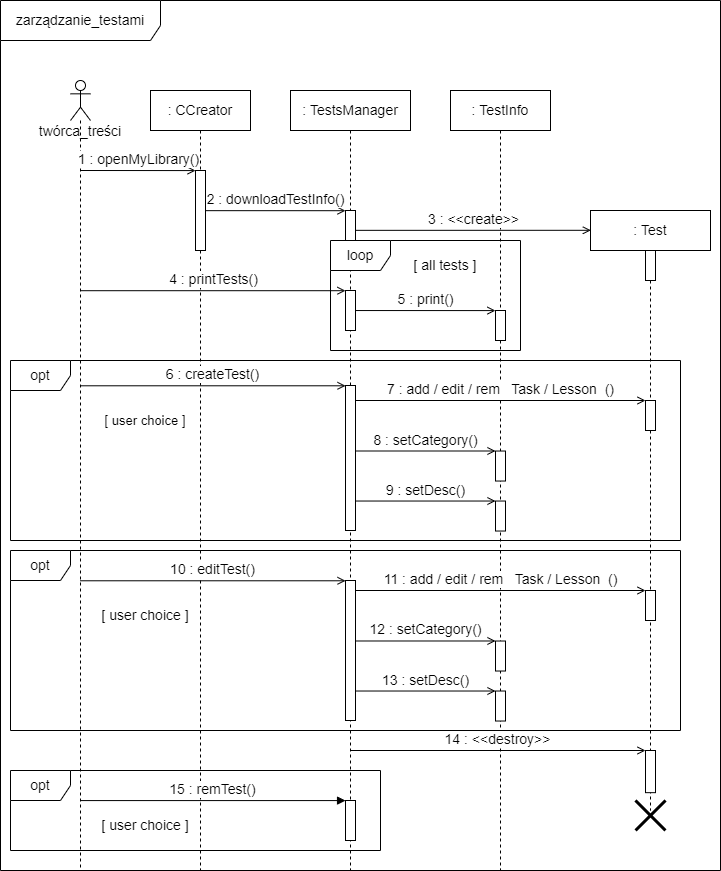
Earlier version of the draw.io export doc/Diagramy_UML/Diagram_Sekwencji_Zarzadzanie_Testami.png (WOTxp/PZ21-22). Source tidied: cells renumbered, new cells last; positions are measured from the earlier drawing's top-left corner, leaving out a move shared by most shapes.
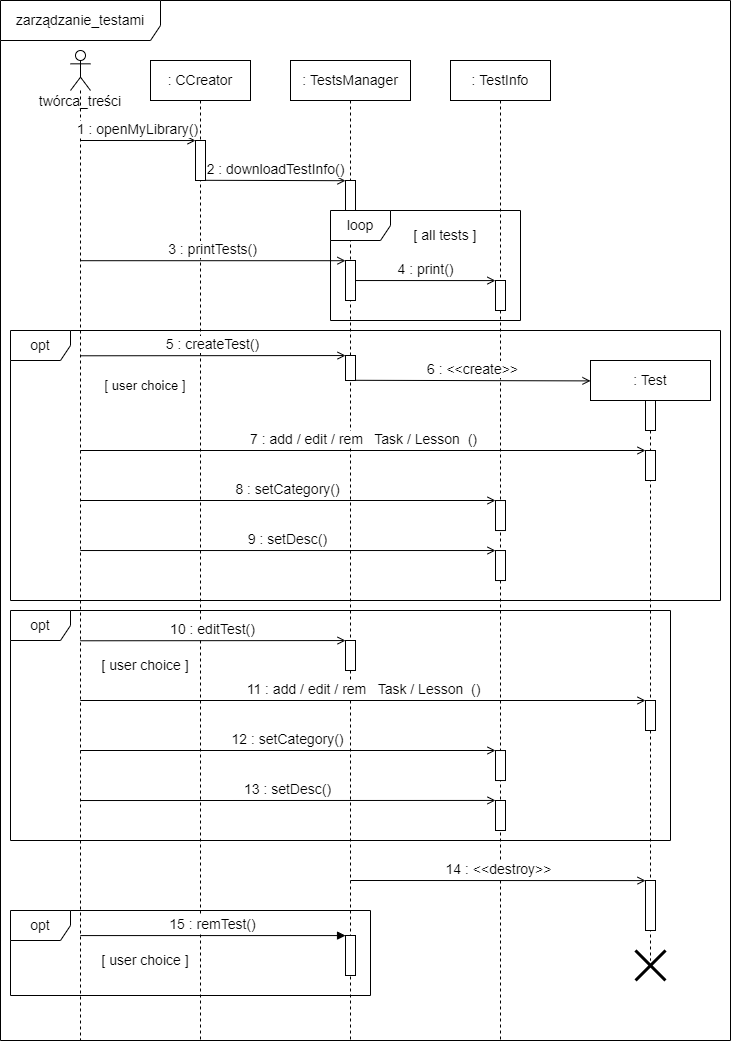
After the change.

Commit message:
Diagramy sekwencji - poprawa.

What changed in the source:
```diff
@@ -3,149 +3,158 @@
     <mxCell id="0" />
     <mxCell id="1" parent="0" />
     <mxCell id="2" value="&lt;font style=&quot;font-size: 14px&quot;&gt;twórca_treści&lt;/font&gt;" style="shape=umlLifeline;participant=umlActor;perimeter=lifelinePerimeter;whiteSpace=wrap;html=1;verticalAlign=top;spacingTop=36;outlineConnect=0;" parent="1" vertex="1">
-      <mxGeometry x="70" y="80" width="20" height="790" as="geometry" />
+      <mxGeometry x="70" y="80" width="20" height="990" as="geometry" />
     </mxCell>
     <mxCell id="3" value="&lt;font style=&quot;font-size: 14px&quot;&gt;: CCreator&lt;/font&gt;" style="shape=umlLifeline;perimeter=lifelinePerimeter;whiteSpace=wrap;html=1;" parent="1" vertex="1">
-      <mxGeometry x="150" y="90" width="100" height="780" as="geometry" />
+      <mxGeometry x="150" y="90" width="100" height="980" as="geometry" />
     </mxCell>
     <mxCell id="4" style="html=1;points=[];perimeter=orthogonalPerimeter;" parent="3" vertex="1">
-      <mxGeometry x="45" y="80" width="10" height="80" as="geometry" />
+      <mxGeometry x="45" y="80" width="10" height="40" as="geometry" />
     </mxCell>
-    <mxCell id="5" value="&lt;font style=&quot;font-size: 13px&quot;&gt;[ user choice ]&lt;/font&gt;" style="text;html=1;strokeColor=none;fillColor=none;align=center;verticalAlign=middle;whiteSpace=wrap;rounded=0;" parent="3" vertex="1">
-      <mxGeometry x="-50" y="315" width="90" height="30" as="geometry" />
-    </mxCell>
-    <mxCell id="6" value="&lt;font style=&quot;font-size: 14px&quot;&gt;[ user choice ]&lt;/font&gt;" style="text;html=1;strokeColor=none;fillColor=none;align=center;verticalAlign=middle;whiteSpace=wrap;rounded=0;" parent="3" vertex="1">
-      <mxGeometry x="-50" y="510" width="90" height="30" as="geometry" />
-    </mxCell>
     <mxCell id="7" value="&lt;font style=&quot;font-size: 14px&quot;&gt;[ user choice ]&lt;/font&gt;" style="text;html=1;strokeColor=none;fillColor=none;align=center;verticalAlign=middle;whiteSpace=wrap;rounded=0;" parent="3" vertex="1">
-      <mxGeometry x="-50" y="720" width="90" height="30" as="geometry" />
+      <mxGeometry x="-50" y="885" width="90" height="30" as="geometry" />
     </mxCell>
     <mxCell id="8" value="&lt;font style=&quot;font-size: 14px&quot;&gt;: TestsManager&lt;/font&gt;" style="shape=umlLifeline;perimeter=lifelinePerimeter;whiteSpace=wrap;html=1;outlineConnect=0;" parent="1" vertex="1">
-      <mxGeometry x="290" y="90" width="120" height="780" as="geometry" />
+      <mxGeometry x="290" y="90" width="120" height="980" as="geometry" />
     </mxCell>
     <mxCell id="9" style="html=1;points=[];perimeter=orthogonalPerimeter;" parent="8" vertex="1">
       <mxGeometry x="55" y="120" width="10" height="40" as="geometry" />
     </mxCell>
     <mxCell id="10" style="html=1;points=[];perimeter=orthogonalPerimeter;" parent="8" vertex="1">
-      <mxGeometry x="55" y="295" width="10" height="145" as="geometry" />
+      <mxGeometry x="55" y="295" width="10" height="25" as="geometry" />
     </mxCell>
     <mxCell id="11" style="html=1;points=[];perimeter=orthogonalPerimeter;" parent="8" vertex="1">
-      <mxGeometry x="55" y="490" width="10" height="140" as="geometry" />
+      <mxGeometry x="55" y="580" width="10" height="30" as="geometry" />
     </mxCell>
     <mxCell id="12" style="html=1;points=[];perimeter=orthogonalPerimeter;" parent="8" vertex="1">
       <mxGeometry x="55" y="200" width="10" height="40" as="geometry" />
     </mxCell>
     <mxCell id="13" style="html=1;points=[];perimeter=orthogonalPerimeter;" parent="8" vertex="1">
-      <mxGeometry x="55" y="710" width="10" height="40" as="geometry" />
+      <mxGeometry x="55" y="875" width="10" height="40" as="geometry" />
     </mxCell>
-    <mxCell id="14" value="&lt;font style=&quot;font-size: 14px&quot;&gt;opt&lt;/font&gt;" style="shape=umlFrame;whiteSpace=wrap;html=1;" parent="8" vertex="1">
-      <mxGeometry x="-280" y="270" width="670" height="180" as="geometry" />
-    </mxCell>
     <mxCell id="15" value="&lt;font style=&quot;font-size: 14px&quot;&gt;: TestInfo&lt;/font&gt;" style="shape=umlLifeline;perimeter=lifelinePerimeter;whiteSpace=wrap;html=1;" parent="1" vertex="1">
-      <mxGeometry x="450" y="90" width="100" height="780" as="geometry" />
+      <mxGeometry x="450" y="90" width="100" height="980" as="geometry" />
     </mxCell>
+    <mxCell id="18" style="html=1;points=[];perimeter=orthogonalPerimeter;" parent="15" vertex="1">
+      <mxGeometry x="45" y="220" width="10" height="30" as="geometry" />
+    </mxCell>
+    <mxCell id="21" value="&lt;font style=&quot;font-size: 14px&quot;&gt;loop&lt;/font&gt;" style="shape=umlFrame;whiteSpace=wrap;html=1;" parent="15" vertex="1">
+      <mxGeometry x="-120" y="150" width="190" height="110" as="geometry" />
+    </mxCell>
+    <mxCell id="19" style="html=1;points=[];perimeter=orthogonalPerimeter;" parent="15" vertex="1">
+      <mxGeometry x="45" y="440" width="10" height="30" as="geometry" />
+    </mxCell>
+    <mxCell id="20" style="html=1;points=[];perimeter=orthogonalPerimeter;" parent="15" vertex="1">
+      <mxGeometry x="45" y="490" width="10" height="30" as="geometry" />
+    </mxCell>
     <mxCell id="16" style="html=1;points=[];perimeter=orthogonalPerimeter;" parent="15" vertex="1">
-      <mxGeometry x="45" y="550.5" width="10" height="30" as="geometry" />
+      <mxGeometry x="45" y="690" width="10" height="30" as="geometry" />
     </mxCell>
     <mxCell id="17" style="html=1;points=[];perimeter=orthogonalPerimeter;" parent="15" vertex="1">
-      <mxGeometry x="45" y="600.5" width="10" height="30" as="geometry" />
+      <mxGeometry x="45" y="740" width="10" height="30" as="geometry" />
     </mxCell>
-    <mxCell id="18" style="html=1;points=[];perimeter=orthogonalPerimeter;" parent="15" vertex="1">
-      <mxGeometry x="45" y="220" width="10" height="30" as="geometry" />
-    </mxCell>
-    <mxCell id="19" style="html=1;points=[];perimeter=orthogonalPerimeter;" parent="15" vertex="1">
-      <mxGeometry x="45" y="360.5" width="10" height="30" as="geometry" />
-    </mxCell>
-    <mxCell id="20" style="html=1;points=[];perimeter=orthogonalPerimeter;" parent="15" vertex="1">
-      <mxGeometry x="45" y="410.5" width="10" height="30" as="geometry" />
-    </mxCell>
-    <mxCell id="21" value="&lt;font style=&quot;font-size: 14px&quot;&gt;loop&lt;/font&gt;" style="shape=umlFrame;whiteSpace=wrap;html=1;" parent="15" vertex="1">
-      <mxGeometry x="-120" y="150" width="190" height="110" as="geometry" />
-    </mxCell>
     <mxCell id="22" value="&lt;font style=&quot;font-size: 14px&quot;&gt;1 : openMyLibrary()&lt;/font&gt;" style="html=1;verticalAlign=bottom;endArrow=open;rounded=0;endFill=0;entryX=0.004;entryY=0.001;entryDx=0;entryDy=0;entryPerimeter=0;" parent="1" edge="1" target="4">
       <mxGeometry relative="1" as="geometry">
         <mxPoint x="80" y="170" as="sourcePoint" />
       </mxGeometry>
     </mxCell>
-    <mxCell id="23" value="&lt;font style=&quot;font-size: 14px&quot;&gt;2 : downloadTestInfo()&lt;/font&gt;" style="html=1;verticalAlign=bottom;endArrow=open;rounded=0;endFill=0;entryX=-0.004;entryY=0.005;entryDx=0;entryDy=0;entryPerimeter=0;exitX=1.003;exitY=0.502;exitDx=0;exitDy=0;exitPerimeter=0;" parent="1" edge="1" source="4" target="9">
+    <mxCell id="23" value="&lt;font style=&quot;font-size: 14px&quot;&gt;2 : downloadTestInfo()&lt;/font&gt;" style="html=1;verticalAlign=bottom;endArrow=open;rounded=0;endFill=0;entryX=-0.004;entryY=0.005;entryDx=0;entryDy=0;entryPerimeter=0;exitX=1;exitY=0.995;exitDx=0;exitDy=0;exitPerimeter=0;" parent="1" edge="1" source="4" target="9">
       <mxGeometry relative="1" as="geometry" />
     </mxCell>
-    <mxCell id="24" value="&lt;font style=&quot;font-size: 14px&quot;&gt;6 : createTest()&lt;/font&gt;" style="html=1;verticalAlign=bottom;endArrow=open;rounded=0;entryX=0.005;entryY=0.002;entryDx=0;entryDy=0;entryPerimeter=0;endFill=0;" parent="1" edge="1" target="10">
+    <mxCell id="24" value="&lt;font style=&quot;font-size: 14px&quot;&gt;5 : createTest()&lt;/font&gt;" style="html=1;verticalAlign=bottom;endArrow=open;rounded=0;entryX=0.005;entryY=0.002;entryDx=0;entryDy=0;entryPerimeter=0;endFill=0;" parent="1" edge="1" target="10">
       <mxGeometry relative="1" as="geometry">
         <mxPoint x="79.8" y="385.3" as="sourcePoint" />
       </mxGeometry>
     </mxCell>
-    <mxCell id="25" value="&lt;font style=&quot;font-size: 14px&quot;&gt;12 : setCategory()&lt;/font&gt;" style="html=1;verticalAlign=bottom;endArrow=open;rounded=0;endFill=0;entryX=0;entryY=-0.001;entryDx=0;entryDy=0;entryPerimeter=0;" parent="1" edge="1" source="11" target="16">
-      <mxGeometry relative="1" as="geometry" />
+    <mxCell id="25" value="&lt;font style=&quot;font-size: 14px&quot;&gt;12 : setCategory()&lt;/font&gt;" style="html=1;verticalAlign=bottom;endArrow=open;rounded=0;endFill=0;entryX=0;entryY=-0.001;entryDx=0;entryDy=0;entryPerimeter=0;" parent="1" edge="1" target="16">
+      <mxGeometry relative="1" as="geometry">
+        <mxPoint x="79.8" y="780" as="sourcePoint" />
+      </mxGeometry>
     </mxCell>
-    <mxCell id="26" value="&lt;font style=&quot;font-size: 14px&quot;&gt;5 : print()&lt;/font&gt;" style="html=1;verticalAlign=bottom;endArrow=open;rounded=0;endFill=0;exitX=1.005;exitY=0.501;exitDx=0;exitDy=0;exitPerimeter=0;entryX=-0.006;entryY=0.003;entryDx=0;entryDy=0;entryPerimeter=0;" parent="1" edge="1" source="12" target="18">
+    <mxCell id="26" value="&lt;font style=&quot;font-size: 14px&quot;&gt;4 : print()&lt;/font&gt;" style="html=1;verticalAlign=bottom;endArrow=open;rounded=0;endFill=0;exitX=1.005;exitY=0.501;exitDx=0;exitDy=0;exitPerimeter=0;entryX=-0.006;entryY=0.003;entryDx=0;entryDy=0;entryPerimeter=0;" parent="1" edge="1" source="12" target="18">
       <mxGeometry relative="1" as="geometry" />
     </mxCell>
-    <mxCell id="27" value="&lt;font style=&quot;font-size: 14px&quot;&gt;4 : printTests()&lt;/font&gt;" style="html=1;verticalAlign=bottom;endArrow=open;rounded=0;endFill=0;entryX=-0.004;entryY=0.005;entryDx=0;entryDy=0;entryPerimeter=0;" parent="1" edge="1" source="2" target="12">
+    <mxCell id="27" value="&lt;font style=&quot;font-size: 14px&quot;&gt;3 : printTests()&lt;/font&gt;" style="html=1;verticalAlign=bottom;endArrow=open;rounded=0;endFill=0;entryX=-0.004;entryY=0.005;entryDx=0;entryDy=0;entryPerimeter=0;" parent="1" edge="1" source="2" target="12">
       <mxGeometry relative="1" as="geometry" />
     </mxCell>
     <mxCell id="28" value="&lt;font style=&quot;font-size: 14px&quot;&gt;10 : editTest()&lt;/font&gt;" style="html=1;verticalAlign=bottom;endArrow=open;rounded=0;entryX=0.005;entryY=0.002;entryDx=0;entryDy=0;entryPerimeter=0;endFill=0;" parent="1" edge="1" target="11">
       <mxGeometry relative="1" as="geometry">
-        <mxPoint x="79.8" y="580.3" as="sourcePoint" />
+        <mxPoint x="79.8" y="670.3" as="sourcePoint" />
       </mxGeometry>
     </mxCell>
     <mxCell id="29" value="&lt;font style=&quot;font-size: 14px&quot;&gt;15 : remTest()&lt;/font&gt;" style="html=1;verticalAlign=bottom;endArrow=block;rounded=0;entryX=0.005;entryY=0.002;entryDx=0;entryDy=0;entryPerimeter=0;" parent="1" edge="1" target="13">
       <mxGeometry relative="1" as="geometry">
-        <mxPoint x="79.8" y="800.1" as="sourcePoint" />
+        <mxPoint x="79.8" y="965.1" as="sourcePoint" />
       </mxGeometry>
     </mxCell>
     <mxCell id="30" value="&lt;font style=&quot;font-size: 14px&quot;&gt;zarządzanie_testami&lt;/font&gt;" style="shape=umlFrame;whiteSpace=wrap;html=1;width=160;height=40;" parent="1" vertex="1">
-      <mxGeometry width="720" height="870" as="geometry" />
+      <mxGeometry y="30" width="730" height="1040" as="geometry" />
     </mxCell>
-    <mxCell id="31" value="&lt;font style=&quot;font-size: 14px&quot;&gt;13 : setDesc()&lt;/font&gt;" style="html=1;verticalAlign=bottom;endArrow=open;rounded=0;endFill=0;" parent="1" edge="1" source="11" target="17">
-      <mxGeometry relative="1" as="geometry" />
+    <mxCell id="31" value="&lt;font style=&quot;font-size: 14px&quot;&gt;13 : setDesc()&lt;/font&gt;" style="html=1;verticalAlign=bottom;endArrow=open;rounded=0;endFill=0;entryX=0;entryY=-0.002;entryDx=0;entryDy=0;entryPerimeter=0;" parent="1" edge="1">
+      <mxGeometry relative="1" as="geometry">
+        <mxPoint x="79.8" y="830" as="sourcePoint" />
+        <mxPoint x="495" y="829.9" as="targetPoint" />
+      </mxGeometry>
     </mxCell>
     <mxCell id="32" value="&lt;font style=&quot;font-size: 14px&quot;&gt;opt&lt;/font&gt;" style="shape=umlFrame;whiteSpace=wrap;html=1;" parent="1" vertex="1">
-      <mxGeometry x="10" y="550" width="670" height="180" as="geometry" />
+      <mxGeometry x="10" y="640" width="660" height="230" as="geometry" />
     </mxCell>
     <mxCell id="33" value="&lt;font style=&quot;font-size: 14px&quot;&gt;: Test&lt;/font&gt;" style="shape=umlLifeline;perimeter=lifelinePerimeter;whiteSpace=wrap;html=1;outlineConnect=0;fontSize=14;" parent="1" vertex="1">
-      <mxGeometry x="590" y="210" width="120" height="600" as="geometry" />
+      <mxGeometry x="590" y="390" width="120" height="600" as="geometry" />
     </mxCell>
     <mxCell id="34" style="html=1;perimeter=orthogonalPerimeter;fontSize=14;" parent="33" vertex="1">
       <mxGeometry x="55" y="40" width="10" height="30" as="geometry" />
     </mxCell>
-    <mxCell id="35" style="html=1;points=[];perimeter=orthogonalPerimeter;fontSize=10;" parent="33" vertex="1">
-      <mxGeometry x="55" y="540" width="10" height="42.2" as="geometry" />
-    </mxCell>
     <mxCell id="36" style="html=1;points=[];perimeter=orthogonalPerimeter;" parent="33" vertex="1">
-      <mxGeometry x="55" y="190" width="10" height="30" as="geometry" />
+      <mxGeometry x="55" y="90" width="10" height="30" as="geometry" />
     </mxCell>
     <mxCell id="37" style="html=1;points=[];perimeter=orthogonalPerimeter;" parent="33" vertex="1">
-      <mxGeometry x="55" y="380" width="10" height="30" as="geometry" />
+      <mxGeometry x="55" y="340" width="10" height="30" as="geometry" />
     </mxCell>
-    <mxCell id="38" value="&lt;font style=&quot;font-size: 14px&quot;&gt;14 : &amp;lt;&amp;lt;destroy&amp;gt;&amp;gt;&lt;/font&gt;" style="html=1;verticalAlign=bottom;endArrow=open;rounded=0;endFill=0;" parent="33" edge="1" source="8">
+    <mxCell id="38" value="&lt;font style=&quot;font-size: 14px&quot;&gt;14 : &amp;lt;&amp;lt;destroy&amp;gt;&amp;gt;&lt;/font&gt;" style="html=1;verticalAlign=bottom;endArrow=open;rounded=0;endFill=0;entryX=0.004;entryY=0.002;entryDx=0;entryDy=0;entryPerimeter=0;" parent="33" edge="1" target="35">
       <mxGeometry relative="1" as="geometry">
-        <mxPoint x="55" y="540" as="targetPoint" />
+        <mxPoint x="-240" y="520" as="sourcePoint" />
       </mxGeometry>
     </mxCell>
+    <mxCell id="35" style="html=1;points=[];perimeter=orthogonalPerimeter;fontSize=10;" parent="33" vertex="1">
+      <mxGeometry x="55" y="520" width="10" height="50" as="geometry" />
+    </mxCell>
-    <mxCell id="39" value="&lt;font style=&quot;font-size: 14px&quot;&gt;3 : &amp;lt;&amp;lt;create&amp;gt;&amp;gt;&lt;/font&gt;" style="html=1;verticalAlign=bottom;endArrow=open;rounded=0;endFill=0;exitX=0.996;exitY=0.496;exitDx=0;exitDy=0;exitPerimeter=0;entryX=0.003;entryY=0.033;entryDx=0;entryDy=0;entryPerimeter=0;" parent="1" edge="1" source="9" target="33">
+    <mxCell id="39" value="&lt;font style=&quot;font-size: 14px&quot;&gt;6 : &amp;lt;&amp;lt;create&amp;gt;&amp;gt;&lt;/font&gt;" style="html=1;verticalAlign=bottom;endArrow=open;rounded=0;endFill=0;entryX=0;entryY=0.034;entryDx=0;entryDy=0;entryPerimeter=0;exitX=0.992;exitY=0.992;exitDx=0;exitDy=0;exitPerimeter=0;" parent="1" edge="1" source="10" target="33">
       <mxGeometry relative="1" as="geometry" />
     </mxCell>
     <mxCell id="40" value="&lt;font style=&quot;font-size: 14px&quot;&gt;[ all tests ]&lt;/font&gt;" style="text;html=1;strokeColor=none;fillColor=none;align=center;verticalAlign=middle;whiteSpace=wrap;rounded=0;" parent="1" vertex="1">
       <mxGeometry x="400" y="250" width="90" height="30" as="geometry" />
     </mxCell>
-    <mxCell id="41" style="shape=umlDestroy;whiteSpace=wrap;html=1;strokeWidth=3;fontSize=14;" parent="1" vertex="1">
-      <mxGeometry x="635" y="800" width="30" height="30" as="geometry" />
-    </mxCell>
-    <mxCell id="42" value="&lt;font style=&quot;font-size: 14px&quot;&gt;7 : add / edit / rem&amp;nbsp; &amp;nbsp;Task / Lesson&amp;nbsp; ()&lt;/font&gt;" style="html=1;verticalAlign=bottom;endArrow=open;rounded=0;endFill=0;entryX=0;entryY=0;entryDx=0;entryDy=0;entryPerimeter=0;" parent="1" edge="1" source="10" target="36">
+    <mxCell id="42" value="&lt;font style=&quot;font-size: 14px&quot;&gt;7 : add / edit / rem&amp;nbsp; &amp;nbsp;Task / Lesson&amp;nbsp; ()&lt;/font&gt;" style="html=1;verticalAlign=bottom;endArrow=open;rounded=0;endFill=0;entryX=0;entryY=0;entryDx=0;entryDy=0;entryPerimeter=0;" parent="1" edge="1" source="2" target="36">
       <mxGeometry relative="1" as="geometry" />
     </mxCell>
-    <mxCell id="43" value="&lt;font style=&quot;font-size: 14px&quot;&gt;8 : setCategory()&lt;/font&gt;" style="html=1;verticalAlign=bottom;endArrow=open;rounded=0;endFill=0;entryX=0;entryY=-0.001;entryDx=0;entryDy=0;entryPerimeter=0;" parent="1" edge="1" source="10" target="19">
+    <mxCell id="43" value="&lt;font style=&quot;font-size: 14px&quot;&gt;8 : setCategory()&lt;/font&gt;" style="html=1;verticalAlign=bottom;endArrow=open;rounded=0;endFill=0;entryX=0;entryY=-0.001;entryDx=0;entryDy=0;entryPerimeter=0;" parent="1" edge="1" source="2" target="19">
       <mxGeometry relative="1" as="geometry" />
     </mxCell>
-    <mxCell id="44" value="&lt;font style=&quot;font-size: 14px&quot;&gt;9 : setDesc()&lt;/font&gt;" style="html=1;verticalAlign=bottom;endArrow=open;rounded=0;endFill=0;" parent="1" edge="1" source="10" target="20">
-      <mxGeometry relative="1" as="geometry" />
+    <mxCell id="44" value="&lt;font style=&quot;font-size: 14px&quot;&gt;9 : setDesc()&lt;/font&gt;" style="html=1;verticalAlign=bottom;endArrow=open;rounded=0;endFill=0;" parent="1" edge="1" target="20">
+      <mxGeometry relative="1" as="geometry">
+        <mxPoint x="79.8" y="580" as="sourcePoint" />
+      </mxGeometry>
     </mxCell>
-    <mxCell id="45" value="&lt;font style=&quot;font-size: 14px&quot;&gt;11 : add / edit / rem&amp;nbsp; &amp;nbsp;Task / Lesson&amp;nbsp; ()&lt;/font&gt;" style="html=1;verticalAlign=bottom;endArrow=open;rounded=0;endFill=0;entryX=0;entryY=0;entryDx=0;entryDy=0;entryPerimeter=0;" parent="1" edge="1" source="11" target="37">
-      <mxGeometry relative="1" as="geometry" />
+    <mxCell id="45" value="&lt;font style=&quot;font-size: 14px&quot;&gt;11 : add / edit / rem&amp;nbsp; &amp;nbsp;Task / Lesson&amp;nbsp; ()&lt;/font&gt;" style="html=1;verticalAlign=bottom;endArrow=open;rounded=0;endFill=0;entryX=0;entryY=0;entryDx=0;entryDy=0;entryPerimeter=0;" parent="1" edge="1" target="37">
+      <mxGeometry relative="1" as="geometry">
+        <mxPoint x="79.8" y="730" as="sourcePoint" />
+      </mxGeometry>
     </mxCell>
     <mxCell id="46" value="&lt;font style=&quot;font-size: 14px&quot;&gt;opt&lt;/font&gt;" style="shape=umlFrame;whiteSpace=wrap;html=1;" parent="1" vertex="1">
-      <mxGeometry x="10" y="770" width="370" height="80" as="geometry" />
+      <mxGeometry x="10" y="940" width="360" height="85" as="geometry" />
     </mxCell>
+    <mxCell id="14" value="&lt;font style=&quot;font-size: 14px&quot;&gt;opt&lt;/font&gt;" style="shape=umlFrame;whiteSpace=wrap;html=1;" parent="1" vertex="1">
+      <mxGeometry x="10" y="360" width="710" height="270" as="geometry" />
+    </mxCell>
+    <mxCell id="6" value="&lt;font style=&quot;font-size: 14px&quot;&gt;[ user choice ]&lt;/font&gt;" style="text;html=1;strokeColor=none;fillColor=none;align=center;verticalAlign=middle;whiteSpace=wrap;rounded=0;" parent="1" vertex="1">
+      <mxGeometry x="100" y="680" width="90" height="30" as="geometry" />
+    </mxCell>
+    <mxCell id="5" value="&lt;font style=&quot;font-size: 13px&quot;&gt;[ user choice ]&lt;/font&gt;" style="text;html=1;strokeColor=none;fillColor=none;align=center;verticalAlign=middle;whiteSpace=wrap;rounded=0;" parent="1" vertex="1">
+      <mxGeometry x="100" y="400" width="90" height="30" as="geometry" />
+    </mxCell>
+    <mxCell id="41" style="shape=umlDestroy;whiteSpace=wrap;html=1;strokeWidth=3;fontSize=14;" parent="1" vertex="1">
+      <mxGeometry x="635" y="980" width="30" height="30" as="geometry" />
+    </mxCell>
   </root>
 </mxGraphModel>
```
